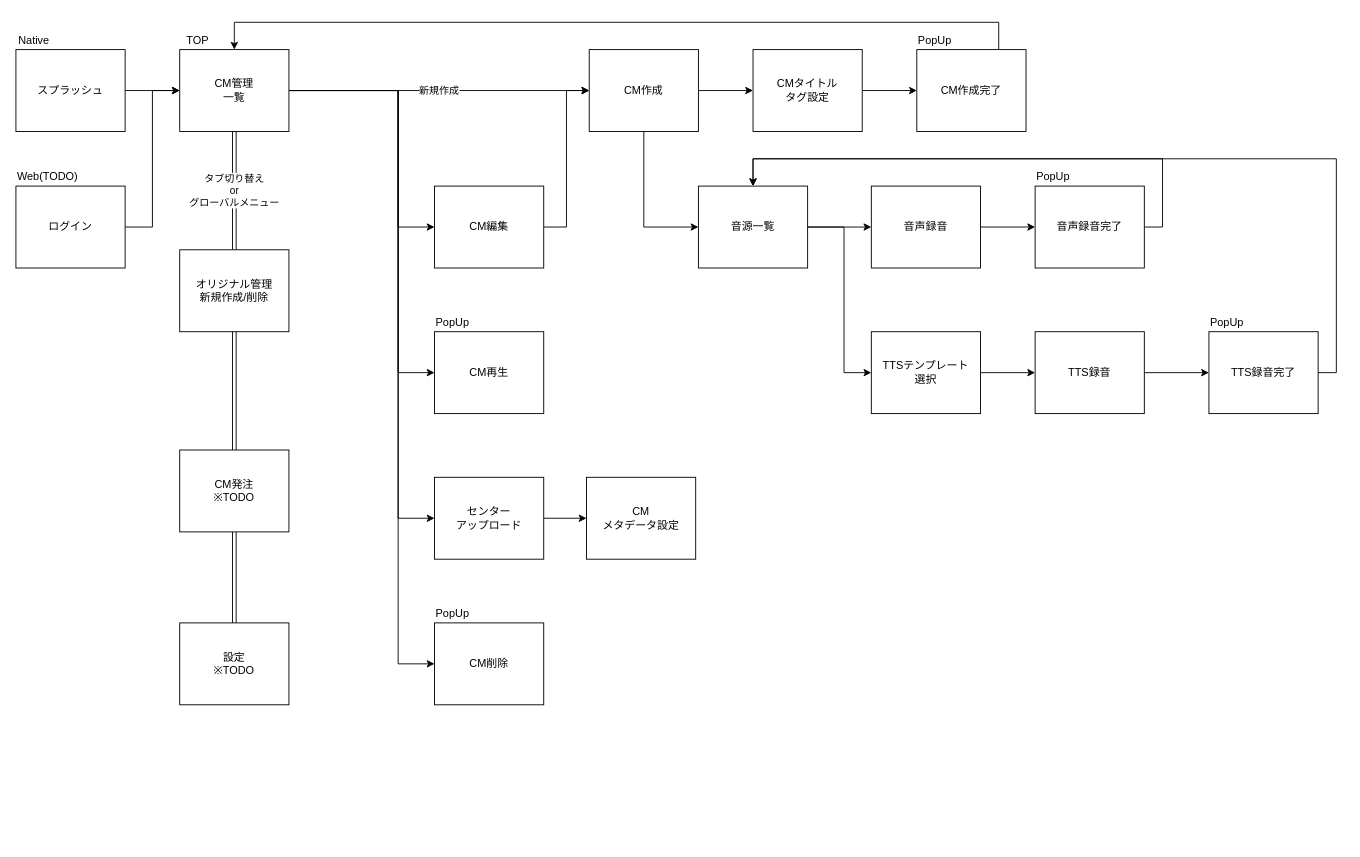
This is documents/uml/page-flow.drawio from y-watanabe-usen/umesse-test, a draw.io file, before an edit. Source tidied: cells renumbered, new cells numbered last; positions are measured from the earlier drawing's top-left corner, leaving out a move shared by most shapes. Both pictures are drawn from the tidied source at 91%, with x=0, y=0 at pixel (15, 22).
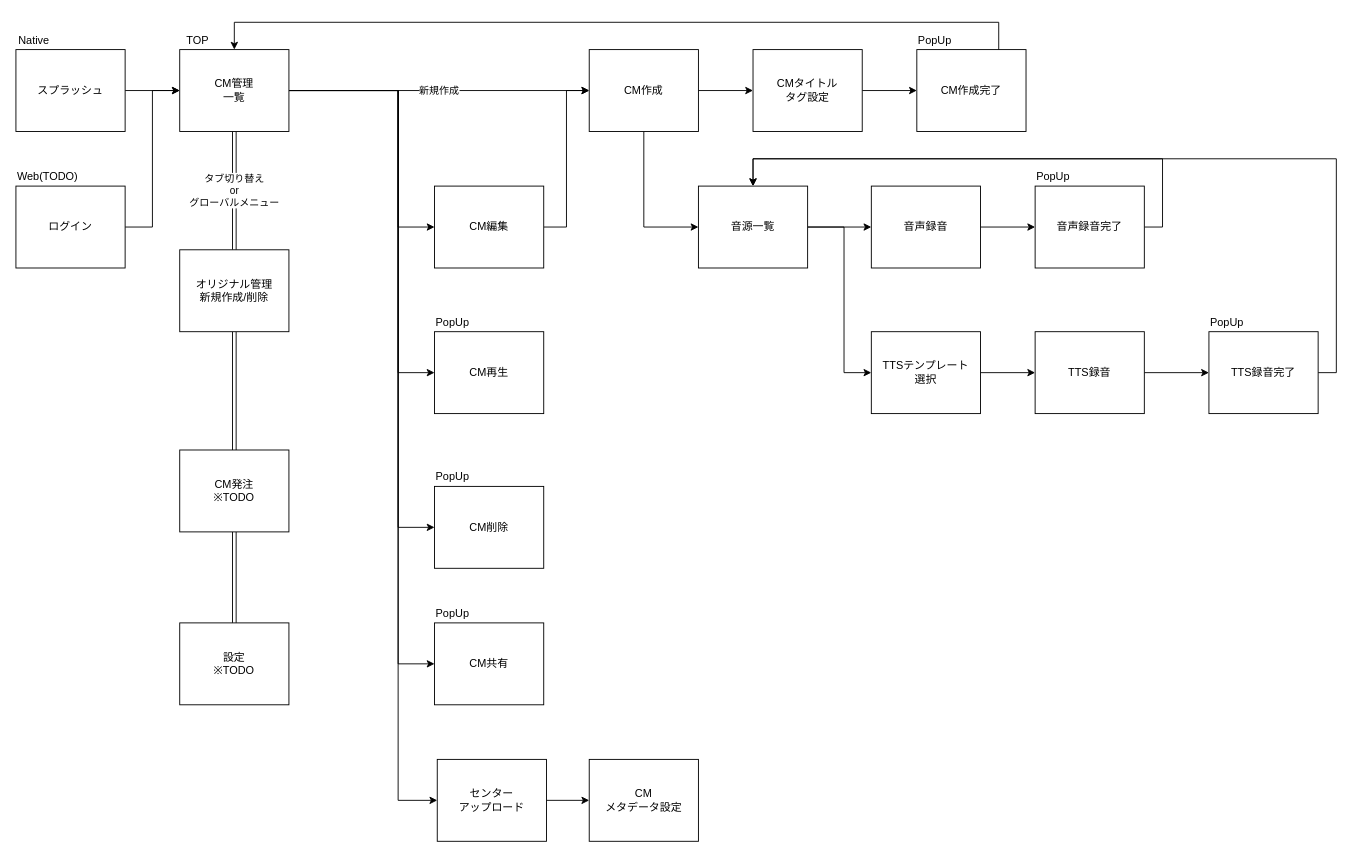
The same page after the edit.

Unchanged cells that the change refers to:
```xml
<mxCell id="10" value="CM管理&lt;br&gt;一覧" style="rounded=0;whiteSpace=wrap;html=1;" parent="1" vertex="1">
  <mxGeometry x="180" y="30" width="120" height="90" as="geometry" />
</mxCell>
```

What changed in the source:
```diff
@@
-    <mxCell id="6" style="edgeStyle=orthogonalEdgeStyle;rounded=0;jettySize=auto;html=1;exitX=1;exitY=0.5;exitDx=0;exitDy=0;entryX=0;entryY=0.5;entryDx=0;entryDy=0;" parent="1" edge="1" source="10" target="28">
-      <mxGeometry relative="1" as="geometry">
-        <Array as="points">
-          <mxPoint x="420" y="75" />
-          <mxPoint x="420" y="545" />
-        </Array>
-      </mxGeometry>
-    </mxCell>
-    <mxCell id="7" style="edgeStyle=orthogonalEdgeStyle;rounded=0;jettySize=auto;html=1;exitX=1;exitY=0.5;exitDx=0;exitDy=0;entryX=0;entryY=0.5;entryDx=0;entryDy=0;" parent="1" edge="1" source="10" target="33">
-      <mxGeometry relative="1" as="geometry">
-        <Array as="points">
-          <mxPoint x="420" y="75" />
-          <mxPoint x="420" y="705" />
-        </Array>
-      </mxGeometry>
-    </mxCell>
@@
+    <mxCell id="7" style="edgeStyle=orthogonalEdgeStyle;rounded=0;jettySize=auto;html=1;exitX=1;exitY=0.5;exitDx=0;exitDy=0;entryX=0;entryY=0.5;entryDx=0;entryDy=0;" parent="1" edge="1" source="10" target="33">
+      <mxGeometry relative="1" as="geometry">
+        <Array as="points">
+          <mxPoint x="420" y="75" />
+          <mxPoint x="420" y="555" />
+        </Array>
+      </mxGeometry>
+    </mxCell>
+    <mxCell id="53" style="edgeStyle=orthogonalEdgeStyle;rounded=0;jettySize=auto;html=1;exitX=1;exitY=0.5;exitDx=0;exitDy=0;entryX=0;entryY=0.5;entryDx=0;entryDy=0;" parent="1" edge="1" source="10" target="54">
+      <mxGeometry relative="1" as="geometry">
+        <Array as="points">
+          <mxPoint x="420" y="75" />
+          <mxPoint x="420" y="705" />
+        </Array>
+      </mxGeometry>
+    </mxCell>
+    <mxCell id="6" style="edgeStyle=orthogonalEdgeStyle;rounded=0;jettySize=auto;html=1;exitX=1;exitY=0.5;exitDx=0;exitDy=0;entryX=0;entryY=0.5;entryDx=0;entryDy=0;" parent="1" edge="1" source="10" target="28">
+      <mxGeometry relative="1" as="geometry">
+        <Array as="points">
+          <mxPoint x="420" y="75" />
+          <mxPoint x="420" y="855" />
+        </Array>
+      </mxGeometry>
+    </mxCell>
@@
     <mxCell id="28" value="センター&lt;br&gt;アップロード" style="rounded=0;whiteSpace=wrap;html=1;" parent="1" vertex="1">
-      <mxGeometry x="460" y="500" width="120" height="90" as="geometry" />
+      <mxGeometry x="463" y="810" width="120" height="90" as="geometry" />
     </mxCell>
@@
     <mxCell id="33" value="CM削除" style="rounded=0;whiteSpace=wrap;html=1;" parent="1" vertex="1">
-      <mxGeometry x="460" y="660" width="120" height="90" as="geometry" />
+      <mxGeometry x="460" y="510" width="120" height="90" as="geometry" />
     </mxCell>
@@
     <mxCell id="42" value="PopUp" style="text;html=1;strokeColor=none;fillColor=none;align=center;verticalAlign=middle;whiteSpace=wrap;rounded=0;" parent="1" vertex="1">
-      <mxGeometry x="460" y="640" width="40" height="20" as="geometry" />
+      <mxGeometry x="460" y="490" width="40" height="20" as="geometry" />
     </mxCell>
@@
     <mxCell id="52" value="CM&lt;br&gt;メタデータ設定" style="rounded=0;whiteSpace=wrap;html=1;" parent="1" vertex="1">
-      <mxGeometry x="627" y="500" width="120" height="90" as="geometry" />
+      <mxGeometry x="630" y="810" width="120" height="90" as="geometry" />
     </mxCell>
+    <mxCell id="54" value="CM共有" style="rounded=0;whiteSpace=wrap;html=1;" parent="1" vertex="1">
+      <mxGeometry x="460" y="660" width="120" height="90" as="geometry" />
+    </mxCell>
+    <mxCell id="55" value="PopUp" style="text;html=1;strokeColor=none;fillColor=none;align=center;verticalAlign=middle;whiteSpace=wrap;rounded=0;" parent="1" vertex="1">
+      <mxGeometry x="460" y="640" width="40" height="20" as="geometry" />
+    </mxCell>
```
